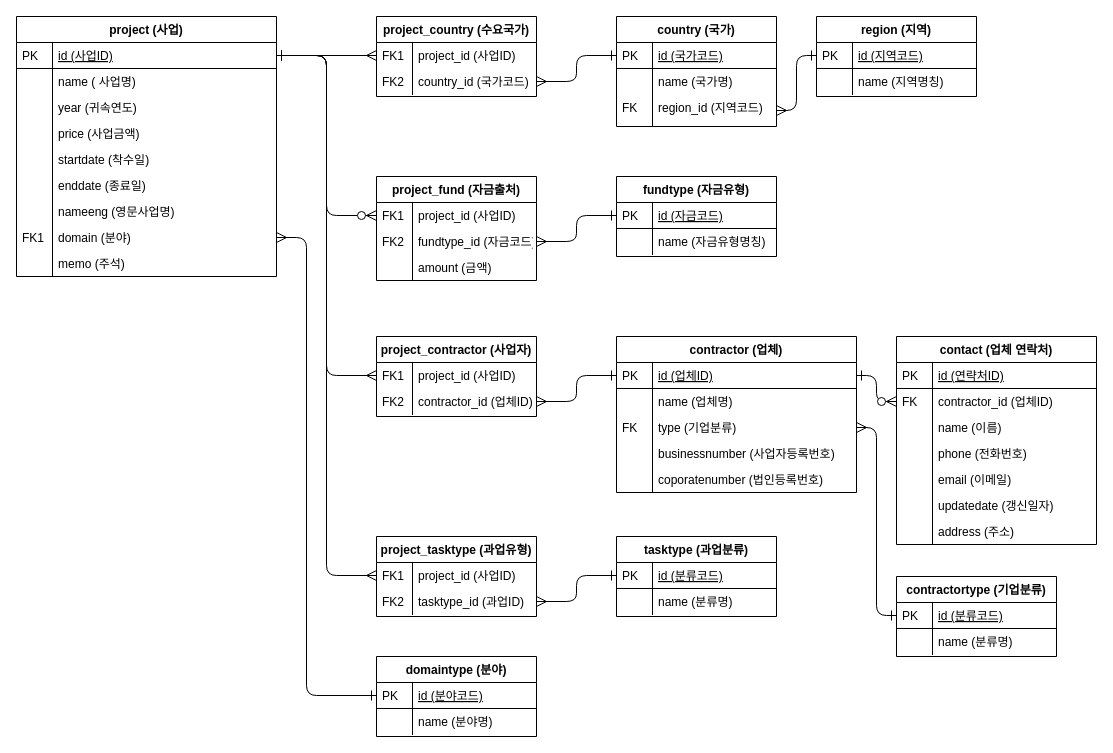
Before: db/egovexport_DB_ERD.drawio in ssj1977/egovexport, a draw.io diagram. Source tidied: cells renumbered, new cells numbered last; positions are measured from the earlier drawing's top-left corner, leaving out a move shared by most shapes. Both pictures are drawn from the tidied source at 100%, with x=0, y=0 at pixel (16, 16).
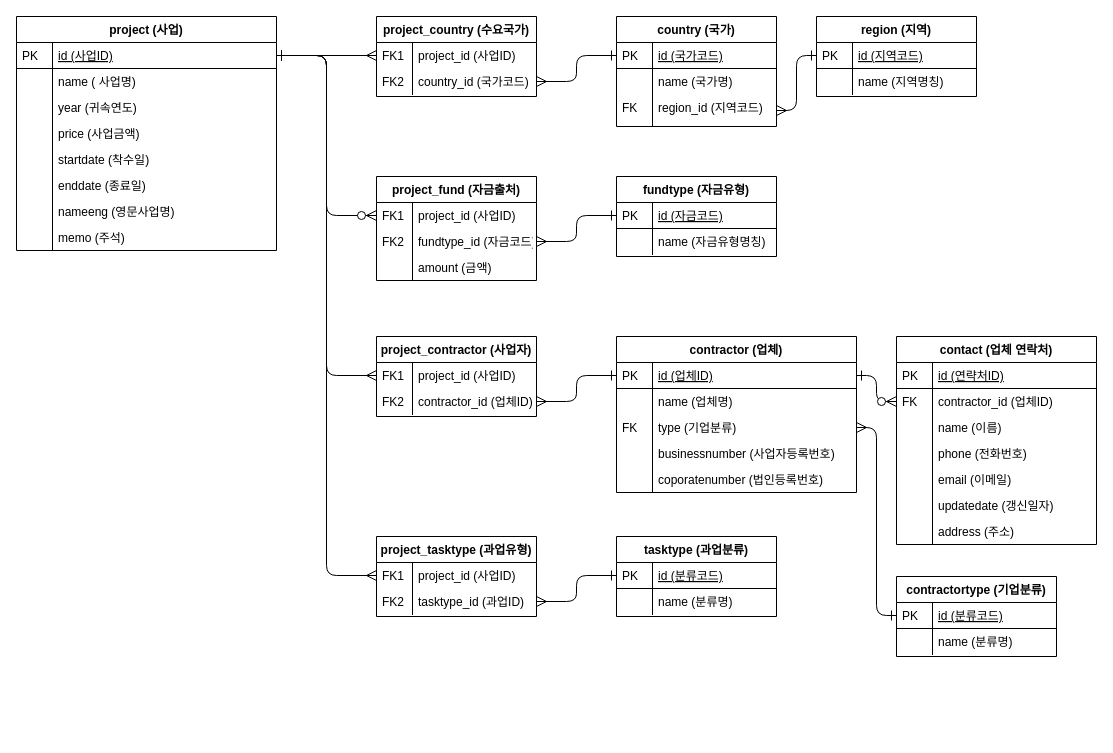
The same diagram, later.

The edit, as a diff of the source:
```diff
@@
     <mxCell id="11" value="project (사업)" style="swimlane;fontStyle=1;horizontal=1;startSize=26;rounded=0;shadow=0;strokeWidth=1;" parent="1" vertex="1">
-      <mxGeometry width="260" height="260" as="geometry" />
+      <mxGeometry width="260" height="234" as="geometry" />
     </mxCell>
@@
-    <mxCell id="26" value="domain (분야)" style="shape=partialRectangle;top=0;left=0;right=0;bottom=0;align=left;verticalAlign=top;fillColor=none;spacingLeft=40;spacingRight=4;overflow=hidden;points=[[0,0.5],[1,0.5]];portConstraint=eastwest;rounded=0;shadow=0;strokeWidth=1;" parent="11" vertex="1">
-      <mxGeometry y="208" width="260" height="26" as="geometry" />
-    </mxCell>
-    <mxCell id="27" value="FK1" style="shape=partialRectangle;top=0;left=0;bottom=0;fillColor=none;align=left;verticalAlign=top;spacingLeft=4;spacingRight=4;overflow=hidden;" parent="26" vertex="1">
-      <mxGeometry width="36" height="26" as="geometry" />
-    </mxCell>
     <mxCell id="28" value="memo (주석)" style="shape=partialRectangle;top=0;left=0;right=0;bottom=0;align=left;verticalAlign=top;fillColor=none;spacingLeft=40;spacingRight=4;overflow=hidden;rounded=0;shadow=0;strokeWidth=1;" parent="11" vertex="1">
-      <mxGeometry y="234" width="260" height="26" as="geometry" />
+      <mxGeometry y="208" width="260" height="26" as="geometry" />
     </mxCell>
@@
-    <mxCell id="107" style="edgeStyle=orthogonalEdgeStyle;endArrow=ERmany;startArrow=ERone;shadow=0;strokeWidth=1;endSize=8;startSize=8;exitX=0;exitY=0.5;exitDx=0;exitDy=0;startFill=0;endFill=0;entryX=1;entryY=0.5;entryDx=0;entryDy=0;" parent="1" edge="1" source="109" target="26">
-      <mxGeometry relative="1" as="geometry">
-        <Array as="points">
-          <mxPoint x="290" y="679" />
-          <mxPoint x="290" y="221" />
-        </Array>
-      </mxGeometry>
-    </mxCell>
-    <mxCell id="108" value="domaintype (분야)" style="swimlane;fontStyle=1;horizontal=1;startSize=26;rounded=0;shadow=0;strokeWidth=1;" parent="1" vertex="1">
-      <mxGeometry x="360" y="640" width="160" height="80" as="geometry" />
-    </mxCell>
-    <mxCell id="109" value="id (분야코드)" style="shape=partialRectangle;top=0;left=0;right=0;bottom=1;align=left;verticalAlign=top;fillColor=none;spacingLeft=40;spacingRight=4;overflow=hidden;points=[[0,0.5],[1,0.5]];portConstraint=eastwest;rounded=0;shadow=0;strokeWidth=1;fontStyle=4;" parent="108" vertex="1">
-      <mxGeometry y="26" width="160" height="26" as="geometry" />
-    </mxCell>
-    <mxCell id="110" value="PK" style="shape=partialRectangle;top=0;left=0;bottom=0;fillColor=none;align=left;verticalAlign=top;spacingLeft=4;spacingRight=4;overflow=hidden;" parent="109" vertex="1">
-      <mxGeometry width="36" height="26" as="geometry" />
-    </mxCell>
-    <mxCell id="111" value="name (분야명)" style="shape=partialRectangle;top=0;left=0;right=0;bottom=0;align=left;verticalAlign=top;fillColor=none;spacingLeft=40;spacingRight=4;overflow=hidden;rounded=0;shadow=0;strokeWidth=1;" parent="108" vertex="1">
-      <mxGeometry y="52" width="160" height="26" as="geometry" />
-    </mxCell>
-    <mxCell id="112" style="shape=partialRectangle;top=0;left=0;bottom=0;fillColor=none;align=left;verticalAlign=top;spacingLeft=4;spacingRight=4;overflow=hidden;" parent="111" vertex="1">
-      <mxGeometry width="36" height="26" as="geometry" />
-    </mxCell>
```
